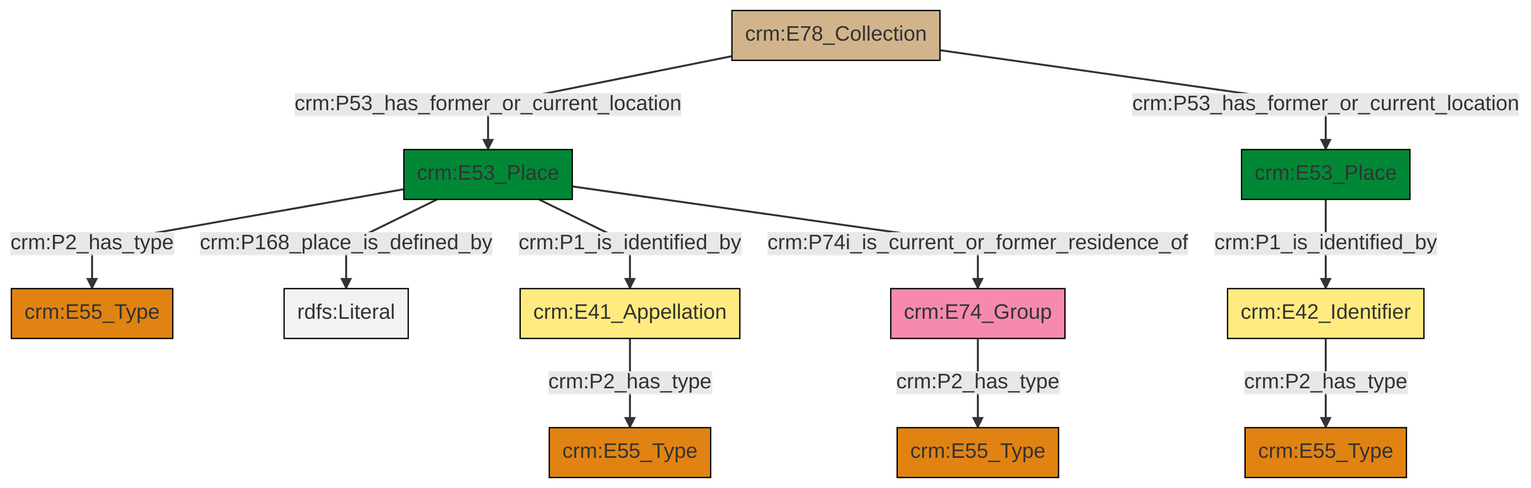
The Mermaid diagram et/archivalCSV/ttl/mmd/png/archival_location.png in swiss-art-research-net/docs.swissartresearch, before a commit. Its source is kept beside it as et/archivalCSV/ttl/mmd/archival_location.ttl.mmd.
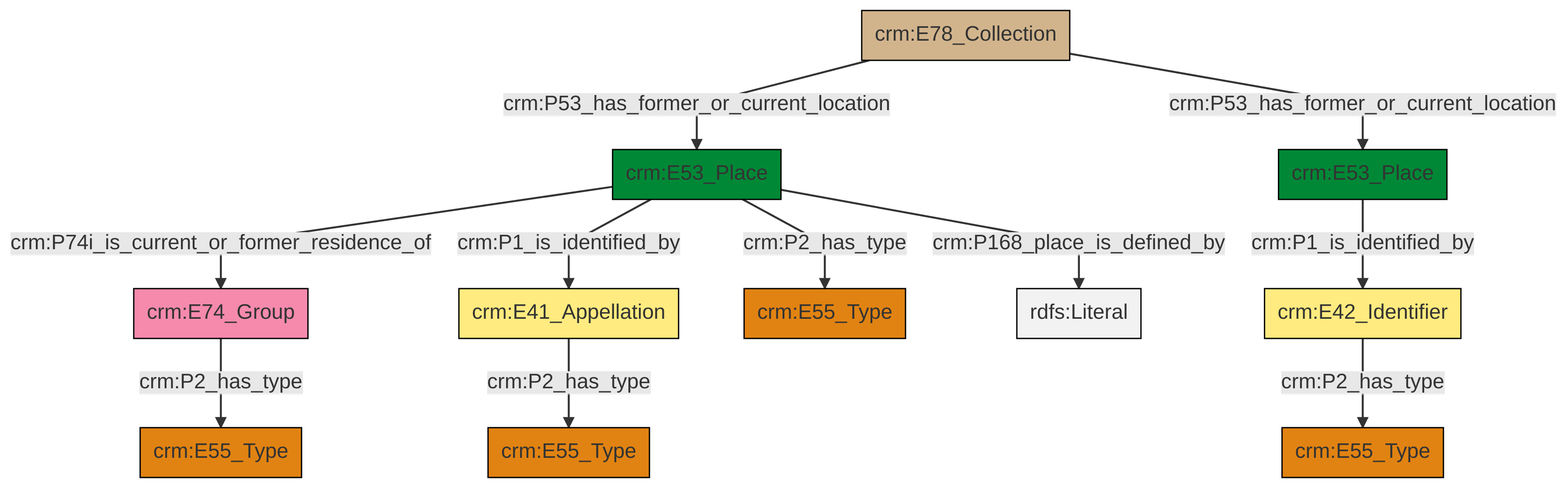
Above is the later version.

Change to the diagram source:
```diff
@@ -13,13 +13,13 @@
 classDef PC_Classes fill:#4ce600, stroke:#000000;
 classDef Multi fill:#cccccc,stroke:#000000;
 
-2["crm:E78_Collection"]:::Physical_Thing -->|crm:P53_has_former_or_current_location| 6["crm:E53_Place"]:::Place
-6["crm:E53_Place"]:::Place -->|crm:P2_has_type| 4["crm:E55_Type"]:::Type
-14["crm:E41_Appellation"]:::Appellation -->|crm:P2_has_type| 8["crm:E55_Type"]:::Type
-10["crm:E53_Place"]:::Place -->|crm:P1_is_identified_by| 17["crm:E42_Identifier"]:::Appellation
-18["crm:E74_Group"]:::Actor -->|crm:P2_has_type| 0["crm:E55_Type"]:::Type
-6["crm:E53_Place"]:::Place -->|crm:P168_place_is_defined_by| 19[rdfs:Literal]:::Literal
-6["crm:E53_Place"]:::Place -->|crm:P1_is_identified_by| 14["crm:E41_Appellation"]:::Appellation
-2["crm:E78_Collection"]:::Physical_Thing -->|crm:P53_has_former_or_current_location| 10["crm:E53_Place"]:::Place
-17["crm:E42_Identifier"]:::Appellation -->|crm:P2_has_type| 12["crm:E55_Type"]:::Type
-6["crm:E53_Place"]:::Place -->|crm:P74i_is_current_or_former_residence_of| 18["crm:E74_Group"]:::Actor
+0["crm:E78_Collection"]:::Physical_Thing -->|crm:P53_has_former_or_current_location| 1["crm:E53_Place"]:::Place
+4["crm:E74_Group"]:::Actor -->|crm:P2_has_type| 5["crm:E55_Type"]:::Type
+6["crm:E53_Place"]:::Place -->|crm:P1_is_identified_by| 8["crm:E42_Identifier"]:::Appellation
+9["crm:E41_Appellation"]:::Appellation -->|crm:P2_has_type| 10["crm:E55_Type"]:::Type
+1["crm:E53_Place"]:::Place -->|crm:P74i_is_current_or_former_residence_of| 4["crm:E74_Group"]:::Actor
+0["crm:E78_Collection"]:::Physical_Thing -->|crm:P53_has_former_or_current_location| 6["crm:E53_Place"]:::Place
+1["crm:E53_Place"]:::Place -->|crm:P1_is_identified_by| 9["crm:E41_Appellation"]:::Appellation
+1["crm:E53_Place"]:::Place -->|crm:P2_has_type| 14["crm:E55_Type"]:::Type
+1["crm:E53_Place"]:::Place -->|crm:P168_place_is_defined_by| 19[rdfs:Literal]:::Literal
+8["crm:E42_Identifier"]:::Appellation -->|crm:P2_has_type| 2["crm:E55_Type"]:::Type
```
